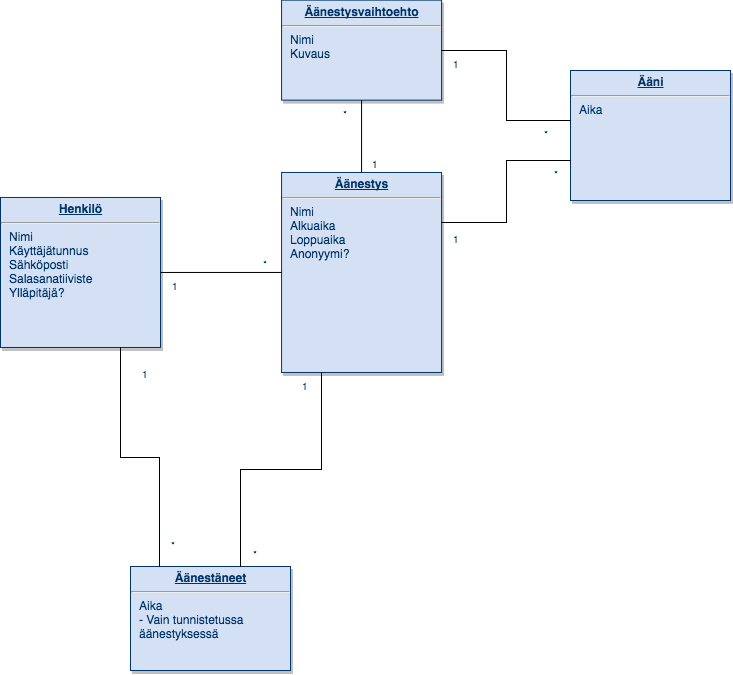
The draw.io diagram doc/Käsitekaavio.png in rrrkkk/Tsoha-Bootstrap, before a commit. Source tidied: cells renumbered, new cells last; positions are measured from the earlier drawing's top-left corner, leaving out a move shared by most shapes.
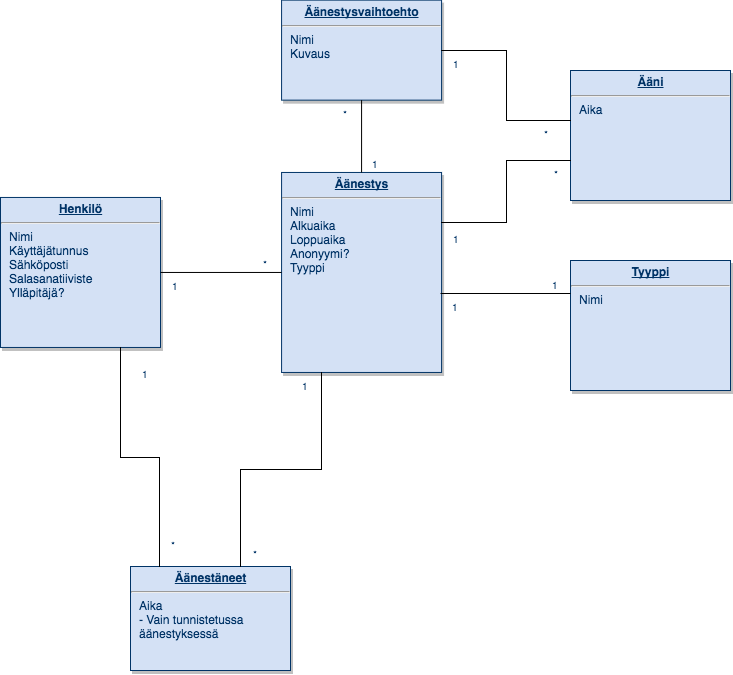
Later version of the same file.

What changed in the source:
```diff
@@ -11,7 +11,7 @@
     <mxCell id="4" value="&lt;p style=&quot;margin: 0px ; margin-top: 4px ; text-align: center ; text-decoration: underline&quot;&gt;&lt;b&gt;Henkilö&lt;/b&gt;&lt;/p&gt;&lt;hr&gt;&lt;p style=&quot;margin: 0px ; margin-left: 8px&quot;&gt;Nimi&lt;/p&gt;&lt;p style=&quot;margin: 0px ; margin-left: 8px&quot;&gt;Käyttäjätunnus&lt;/p&gt;&lt;p style=&quot;margin: 0px ; margin-left: 8px&quot;&gt;Sähköposti&lt;/p&gt;&lt;p style=&quot;margin: 0px ; margin-left: 8px&quot;&gt;Salasanatiiviste&lt;/p&gt;&lt;p style=&quot;margin: 0px ; margin-left: 8px&quot;&gt;Ylläpitäjä?&lt;/p&gt;&lt;p style=&quot;margin: 0px ; margin-left: 8px&quot;&gt;&lt;br&gt;&lt;/p&gt;&lt;p style=&quot;margin: 0px ; margin-left: 8px&quot;&gt;&lt;br&gt;&lt;/p&gt;" style="verticalAlign=top;align=left;overflow=fill;fontSize=12;fontFamily=Helvetica;html=1;strokeColor=#003366;shadow=1;fillColor=#D4E1F5;fontColor=#003366;" parent="1" vertex="1">
       <mxGeometry y="197" width="160" height="150" as="geometry" />
     </mxCell>
-    <mxCell id="5" value="&lt;p style=&quot;margin: 0px ; margin-top: 4px ; text-align: center ; text-decoration: underline&quot;&gt;&lt;b&gt;Äänestys&lt;/b&gt;&lt;/p&gt;&lt;hr&gt;&lt;p style=&quot;margin: 0px ; margin-left: 8px&quot;&gt;&lt;span&gt;Nimi&lt;/span&gt;&lt;/p&gt;&lt;p style=&quot;margin: 0px ; margin-left: 8px&quot;&gt;Alkuaika&lt;/p&gt;&lt;p style=&quot;margin: 0px ; margin-left: 8px&quot;&gt;Loppuaika&lt;/p&gt;&lt;p style=&quot;margin: 0px ; margin-left: 8px&quot;&gt;Anonyymi?&lt;/p&gt;" style="verticalAlign=top;align=left;overflow=fill;fontSize=12;fontFamily=Helvetica;html=1;strokeColor=#003366;shadow=1;fillColor=#D4E1F5;fontColor=#003366;" parent="1" vertex="1">
+    <mxCell id="5" value="&lt;p style=&quot;margin: 0px ; margin-top: 4px ; text-align: center ; text-decoration: underline&quot;&gt;&lt;b&gt;Äänestys&lt;/b&gt;&lt;/p&gt;&lt;hr&gt;&lt;p style=&quot;margin: 0px ; margin-left: 8px&quot;&gt;&lt;span&gt;Nimi&lt;/span&gt;&lt;/p&gt;&lt;p style=&quot;margin: 0px ; margin-left: 8px&quot;&gt;Alkuaika&lt;/p&gt;&lt;p style=&quot;margin: 0px ; margin-left: 8px&quot;&gt;Loppuaika&lt;/p&gt;&lt;p style=&quot;margin: 0px ; margin-left: 8px&quot;&gt;Anonyymi?&lt;/p&gt;&lt;p style=&quot;margin: 0px ; margin-left: 8px&quot;&gt;Tyyppi&lt;/p&gt;" style="verticalAlign=top;align=left;overflow=fill;fontSize=12;fontFamily=Helvetica;html=1;strokeColor=#003366;shadow=1;fillColor=#D4E1F5;fontColor=#003366;" parent="1" vertex="1">
       <mxGeometry x="281.1" y="172" width="160" height="200" as="geometry" />
     </mxCell>
     <mxCell id="6" value="&lt;p style=&quot;margin: 0px ; margin-top: 4px ; text-align: center ; text-decoration: underline&quot;&gt;&lt;b&gt;Äänestäneet&lt;/b&gt;&lt;/p&gt;&lt;hr&gt;&lt;p style=&quot;margin: 0px ; margin-left: 8px&quot;&gt;&lt;span&gt;Aika&lt;/span&gt;&lt;/p&gt;&lt;p style=&quot;margin: 0px ; margin-left: 8px&quot;&gt;- Vain tunnistetussa&amp;nbsp;&lt;/p&gt;&lt;p style=&quot;margin: 0px ; margin-left: 8px&quot;&gt;äänestyksessä&lt;/p&gt;" style="verticalAlign=top;align=left;overflow=fill;fontSize=12;fontFamily=Helvetica;html=1;strokeColor=#003366;shadow=1;fillColor=#D4E1F5;fontColor=#003366;" parent="1" vertex="1">
@@ -110,5 +110,26 @@
         <mxPoint x="-10" as="offset" />
       </mxGeometry>
     </mxCell>
+    <mxCell id="25" value="&lt;p style=&quot;margin: 0px ; margin-top: 4px ; text-align: center ; text-decoration: underline&quot;&gt;&lt;b&gt;Tyyppi&lt;/b&gt;&lt;/p&gt;&lt;hr&gt;&lt;p style=&quot;margin: 0px ; margin-left: 8px&quot;&gt;Nimi&lt;/p&gt;" style="verticalAlign=top;align=left;overflow=fill;fontSize=12;fontFamily=Helvetica;html=1;strokeColor=#003366;shadow=1;fillColor=#D4E1F5;fontColor=#003366;" parent="1" vertex="1">
+      <mxGeometry x="570" y="260" width="160" height="130" as="geometry" />
+    </mxCell>
+    <mxCell id="26" style="endArrow=none;endSize=12;startArrow=none;startSize=14;startFill=0;edgeStyle=orthogonalEdgeStyle;html=1;endFill=0;exitX=0;exitY=0.25;" parent="1" edge="1" source="25">
+      <mxGeometry x="379.4" y="370" as="geometry">
+        <mxPoint x="440" y="293" as="targetPoint" />
+        <Array as="points">
+          <mxPoint x="440" y="293" />
+        </Array>
+      </mxGeometry>
+    </mxCell>
+    <mxCell id="27" value="1" style="align=left;verticalAlign=top;labelBackgroundColor=#ffffff;fontSize=10;strokeColor=#003366;shadow=1;fillColor=#D4E1F5;fontColor=#003366;html=1;" parent="26" vertex="1">
+      <mxGeometry x="-1" relative="1" as="geometry">
+        <mxPoint x="-21.1" y="-22" as="offset" />
+      </mxGeometry>
+    </mxCell>
+    <mxCell id="28" value="1" style="align=right;verticalAlign=top;labelBackgroundColor=#ffffff;fontSize=10;strokeColor=#003366;shadow=1;fillColor=#D4E1F5;fontColor=#003366;html=1;" parent="26" vertex="1">
+      <mxGeometry x="1" relative="1" as="geometry">
+        <mxPoint x="20" as="offset" />
+      </mxGeometry>
+    </mxCell>
   </root>
 </mxGraphModel>
```
